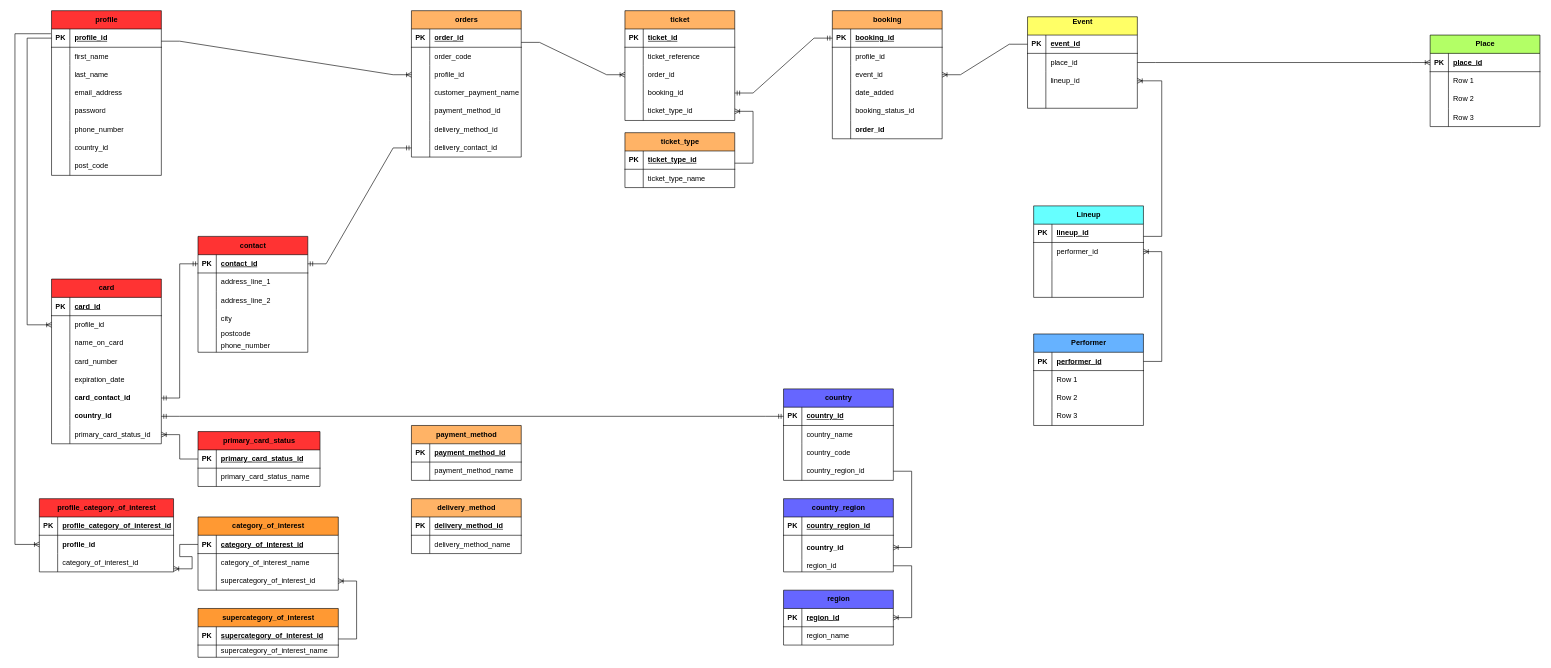
weirparty/drawings keeps this draw.io diagram as page "lower level" (3 of 3) of test.drawio. Above is the earlier version. Source tidied: cells renumbered, new cells numbered last; positions are measured from the earlier drawing's top-left corner, leaving out a move shared by most shapes. Both pictures are drawn from the tidied source at 61%, with x=0, y=0 at pixel (15, 10).
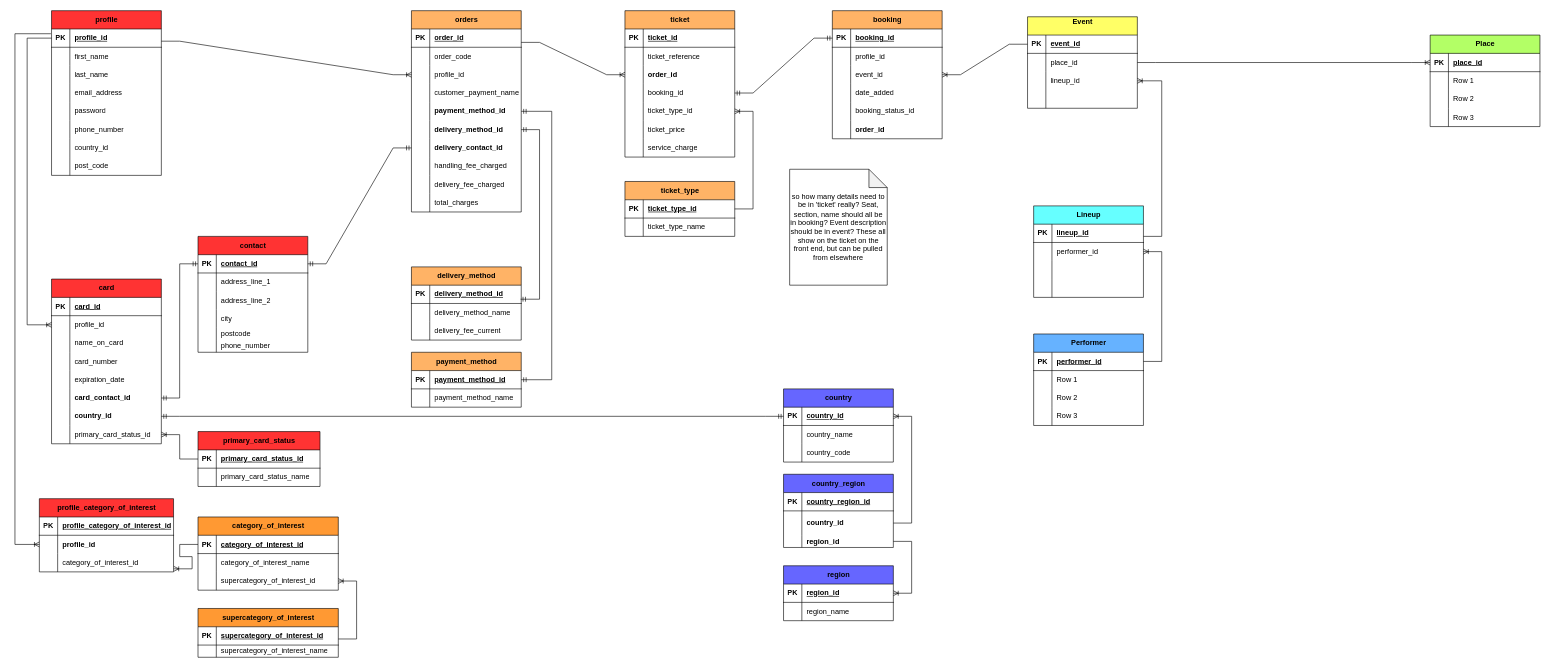
After the change.

The change refers to these unchanged cells:
```xml
<mxCell id="122" style="shape=tableRow;horizontal=0;startSize=0;swimlaneHead=0;swimlaneBody=0;fillColor=none;points=[[0,0.5],[1,0.5]];portConstraint=eastwest;top=0;left=0;right=0;bottom=1;" parent="121" vertex="1">
  <mxGeometry y="30" width="180" height="30" as="geometry" />
</mxCell>
<mxCell id="138" style="shape=tableRow;horizontal=0;startSize=0;swimlaneHead=0;swimlaneBody=0;fillColor=none;points=[[0,0.5],[1,0.5]];portConstraint=eastwest;top=0;left=0;right=0;bottom=0;" parent="134" vertex="1">
  <mxGeometry y="60" width="180" height="40" as="geometry" />
</mxCell>
<mxCell id="141" style="shape=tableRow;horizontal=0;startSize=0;swimlaneHead=0;swimlaneBody=0;fillColor=none;points=[[0,0.5],[1,0.5]];portConstraint=eastwest;top=0;left=0;right=0;bottom=0;" parent="134" vertex="1">
  <mxGeometry y="100" width="180" height="20" as="geometry" />
</mxCell>
<mxCell id="232" style="shape=tableRow;horizontal=0;startSize=0;swimlaneHead=0;swimlaneBody=0;fillColor=none;points=[[0,0.5],[1,0.5]];portConstraint=eastwest;top=0;left=0;right=0;bottom=0;" parent="219" vertex="1">
  <mxGeometry y="150" width="180" height="30" as="geometry" />
</mxCell>
<mxCell id="235" style="shape=tableRow;horizontal=0;startSize=0;swimlaneHead=0;swimlaneBody=0;fillColor=none;points=[[0,0.5],[1,0.5]];portConstraint=eastwest;top=0;left=0;right=0;bottom=0;" parent="219" vertex="1">
  <mxGeometry y="180" width="180" height="30" as="geometry" />
</mxCell>
<mxCell id="238" style="shape=tableRow;horizontal=0;startSize=0;swimlaneHead=0;swimlaneBody=0;fillColor=none;points=[[0,0.5],[1,0.5]];portConstraint=eastwest;top=0;left=0;right=0;bottom=0;" parent="219" vertex="1">
  <mxGeometry y="210" width="180" height="30" as="geometry" />
</mxCell>
<mxCell id="249" style="shape=tableRow;horizontal=0;startSize=0;swimlaneHead=0;swimlaneBody=0;fillColor=none;points=[[0,0.5],[1,0.5]];portConstraint=eastwest;top=0;left=0;right=0;bottom=0;" parent="242" vertex="1">
  <mxGeometry y="90" width="180" height="30" as="geometry" />
</mxCell>
<mxCell id="255" style="shape=tableRow;horizontal=0;startSize=0;swimlaneHead=0;swimlaneBody=0;fillColor=none;points=[[0,0.5],[1,0.5]];portConstraint=eastwest;top=0;left=0;right=0;bottom=0;" parent="242" vertex="1">
  <mxGeometry y="150" width="180" height="30" as="geometry" />
</mxCell>
<mxCell id="259" style="shape=tableRow;horizontal=0;startSize=0;swimlaneHead=0;swimlaneBody=0;fillColor=none;points=[[0,0.5],[1,0.5]];portConstraint=eastwest;top=0;left=0;right=0;bottom=1;" parent="258" vertex="1">
  <mxGeometry y="30" width="180" height="30" as="geometry" />
</mxCell>
<mxCell id="266" style="shape=tableRow;horizontal=0;startSize=0;swimlaneHead=0;swimlaneBody=0;fillColor=none;points=[[0,0.5],[1,0.5]];portConstraint=eastwest;top=0;left=0;right=0;bottom=1;" parent="265" vertex="1">
  <mxGeometry y="30" width="180" height="30" as="geometry" />
</mxCell>
<mxCell id="273" style="shape=tableRow;horizontal=0;startSize=0;swimlaneHead=0;swimlaneBody=0;fillColor=none;points=[[0,0.5],[1,0.5]];portConstraint=eastwest;top=0;left=0;right=0;bottom=1;" parent="272" vertex="1">
  <mxGeometry y="30" width="180" height="30" as="geometry" />
</mxCell>
```

The edit, as a diff of the source:
```diff
@@
     <mxCell id="121" value="country" style="shape=table;startSize=30;childLayout=tableLayout;rowLines=0;fontStyle=1;align=center;html=1;fillColor=#6666FF;" parent="1" vertex="1">
-      <mxGeometry x="1260" y="620" width="180" height="150" as="geometry" />
+      <mxGeometry x="1260" y="620" width="180" height="120" as="geometry" />
     </mxCell>
@@
-    <mxCell id="131" style="shape=tableRow;horizontal=0;startSize=0;swimlaneHead=0;swimlaneBody=0;fillColor=none;points=[[0,0.5],[1,0.5]];portConstraint=eastwest;top=0;left=0;right=0;bottom=0;" parent="121" vertex="1">
-      <mxGeometry y="120" width="180" height="30" as="geometry" />
-    </mxCell>
-    <mxCell id="132" style="shape=partialRectangle;fillColor=none;top=0;left=0;bottom=0;right=0;overflow=hidden;whiteSpace=wrap;html=1;" parent="131" vertex="1">
-      <mxGeometry width="30" height="30" as="geometry" />
-    </mxCell>
-    <mxCell id="133" value="country_region_id" style="shape=partialRectangle;fillColor=none;top=0;left=0;bottom=0;right=0;align=left;spacingLeft=6;overflow=hidden;whiteSpace=wrap;html=1;" parent="131" vertex="1">
-      <mxGeometry x="30" width="150" height="30" as="geometry" />
-    </mxCell>
     <mxCell id="134" value="country_region" style="shape=table;startSize=30;childLayout=tableLayout;rowLines=0;fontStyle=1;align=center;html=1;fillColor=#6666FF;" parent="1" vertex="1">
-      <mxGeometry x="1260" y="800" width="180" height="120" as="geometry" />
+      <mxGeometry x="1260" y="760" width="180" height="120" as="geometry" />
     </mxCell>
@@
-    <mxCell id="143" value="region_id" style="shape=partialRectangle;fillColor=none;top=0;left=0;bottom=0;right=0;align=left;spacingLeft=6;overflow=hidden;whiteSpace=wrap;html=1;" parent="141" vertex="1">
+    <mxCell id="143" value="region_id" style="shape=partialRectangle;fillColor=none;top=0;left=0;bottom=0;right=0;align=left;spacingLeft=6;overflow=hidden;whiteSpace=wrap;html=1;fontStyle=1;" parent="141" vertex="1">
       <mxGeometry x="30" width="150" height="20" as="geometry" />
     </mxCell>
     <mxCell id="144" value="region" style="shape=table;startSize=30;childLayout=tableLayout;rowLines=0;fontStyle=1;align=center;html=1;fillColor=#6666FF;" parent="1" vertex="1">
-      <mxGeometry x="1260" y="950" width="180" height="90" as="geometry" />
+      <mxGeometry x="1260" y="910" width="180" height="90" as="geometry" />
     </mxCell>
@@
-    <mxCell id="151" style="edgeStyle=entityRelationEdgeStyle;fontSize=12;html=1;endArrow=ERoneToMany;rounded=0;exitX=1;exitY=0.5;exitDx=0;exitDy=0;entryX=1;entryY=0.5;entryDx=0;entryDy=0;" parent="1" edge="1" source="131" target="138">
+    <mxCell id="151" style="edgeStyle=entityRelationEdgeStyle;fontSize=12;html=1;endArrow=ERoneToMany;rounded=0;exitX=1;exitY=0.5;exitDx=0;exitDy=0;entryX=1;entryY=0.5;entryDx=0;entryDy=0;" parent="1" edge="1" source="138" target="122">
       <mxGeometry relative="1" as="geometry" />
     </mxCell>
@@
     <mxCell id="219" value="orders" style="shape=table;startSize=30;childLayout=tableLayout;rowLines=0;fontStyle=1;align=center;html=1;fillColor=#FFB366;" parent="1" vertex="1">
-      <mxGeometry x="650" width="180" height="240" as="geometry" />
+      <mxGeometry x="650" width="180" height="330" as="geometry" />
     </mxCell>
@@
-    <mxCell id="234" value="payment_method_id" style="shape=partialRectangle;fillColor=none;top=0;left=0;bottom=0;right=0;align=left;spacingLeft=6;overflow=hidden;whiteSpace=wrap;html=1;" parent="232" vertex="1">
+    <mxCell id="234" value="&lt;b&gt;payment_method_id&lt;/b&gt;" style="shape=partialRectangle;fillColor=none;top=0;left=0;bottom=0;right=0;align=left;spacingLeft=6;overflow=hidden;whiteSpace=wrap;html=1;" parent="232" vertex="1">
       <mxGeometry x="30" width="150" height="30" as="geometry" />
     </mxCell>
@@
-    <mxCell id="237" value="delivery_method_id" style="shape=partialRectangle;fillColor=none;top=0;left=0;bottom=0;right=0;align=left;spacingLeft=6;overflow=hidden;whiteSpace=wrap;html=1;" parent="235" vertex="1">
+    <mxCell id="237" value="&lt;b&gt;delivery_method_id&lt;/b&gt;" style="shape=partialRectangle;fillColor=none;top=0;left=0;bottom=0;right=0;align=left;spacingLeft=6;overflow=hidden;whiteSpace=wrap;html=1;" parent="235" vertex="1">
       <mxGeometry x="30" width="150" height="30" as="geometry" />
     </mxCell>
@@
-    <mxCell id="240" value="delivery_contact_id" style="shape=partialRectangle;fillColor=none;top=0;left=0;bottom=0;right=0;align=left;spacingLeft=6;overflow=hidden;whiteSpace=wrap;html=1;" parent="238" vertex="1">
+    <mxCell id="240" value="&lt;b&gt;delivery_contact_id&lt;/b&gt;" style="shape=partialRectangle;fillColor=none;top=0;left=0;bottom=0;right=0;align=left;spacingLeft=6;overflow=hidden;whiteSpace=wrap;html=1;" parent="238" vertex="1">
       <mxGeometry x="30" width="150" height="30" as="geometry" />
     </mxCell>
+    <mxCell id="283" style="shape=tableRow;horizontal=0;startSize=0;swimlaneHead=0;swimlaneBody=0;fillColor=none;top=0;left=0;right=0;bottom=0;" parent="219" vertex="1">
+      <mxGeometry y="240" width="180" height="30" as="geometry" />
+    </mxCell>
+    <mxCell id="284" style="shape=partialRectangle;fillColor=none;top=0;left=0;bottom=0;right=0;overflow=hidden;whiteSpace=wrap;html=1;" parent="283" vertex="1">
+      <mxGeometry width="30" height="30" as="geometry" />
+    </mxCell>
+    <mxCell id="285" value="handling_fee_charged" style="shape=partialRectangle;fillColor=none;top=0;left=0;bottom=0;right=0;align=left;spacingLeft=6;overflow=hidden;whiteSpace=wrap;html=1;" parent="283" vertex="1">
+      <mxGeometry x="30" width="150" height="30" as="geometry" />
+    </mxCell>
+    <mxCell id="286" style="shape=tableRow;horizontal=0;startSize=0;swimlaneHead=0;swimlaneBody=0;fillColor=none;top=0;left=0;right=0;bottom=0;" parent="219" vertex="1">
+      <mxGeometry y="270" width="180" height="30" as="geometry" />
+    </mxCell>
+    <mxCell id="287" style="shape=partialRectangle;fillColor=none;top=0;left=0;bottom=0;right=0;overflow=hidden;whiteSpace=wrap;html=1;" parent="286" vertex="1">
+      <mxGeometry width="30" height="30" as="geometry" />
+    </mxCell>
+    <mxCell id="288" value="delivery_fee_charged" style="shape=partialRectangle;fillColor=none;top=0;left=0;bottom=0;right=0;align=left;spacingLeft=6;overflow=hidden;whiteSpace=wrap;html=1;" parent="286" vertex="1">
+      <mxGeometry x="30" width="150" height="30" as="geometry" />
+    </mxCell>
+    <mxCell id="289" style="shape=tableRow;horizontal=0;startSize=0;swimlaneHead=0;swimlaneBody=0;fillColor=none;top=0;left=0;right=0;bottom=0;" parent="219" vertex="1">
+      <mxGeometry y="300" width="180" height="30" as="geometry" />
+    </mxCell>
+    <mxCell id="290" style="shape=partialRectangle;fillColor=none;top=0;left=0;bottom=0;right=0;overflow=hidden;whiteSpace=wrap;html=1;" parent="289" vertex="1">
+      <mxGeometry width="30" height="30" as="geometry" />
+    </mxCell>
+    <mxCell id="291" value="total_charges" style="shape=partialRectangle;fillColor=none;top=0;left=0;bottom=0;right=0;align=left;spacingLeft=6;overflow=hidden;whiteSpace=wrap;html=1;" parent="289" vertex="1">
+      <mxGeometry x="30" width="150" height="30" as="geometry" />
+    </mxCell>
@@
     <mxCell id="242" value="ticket" style="shape=table;startSize=30;childLayout=tableLayout;rowLines=0;fontStyle=1;align=center;html=1;fillColor=#FFB366;" parent="1" vertex="1">
-      <mxGeometry x="1000" width="180" height="180" as="geometry" />
+      <mxGeometry x="1000" width="180" height="240" as="geometry" />
     </mxCell>
@@
-    <mxCell id="251" value="order_id" style="shape=partialRectangle;fillColor=none;top=0;left=0;bottom=0;right=0;align=left;spacingLeft=6;overflow=hidden;whiteSpace=wrap;html=1;" parent="249" vertex="1">
+    <mxCell id="251" value="&lt;b&gt;order_id&lt;/b&gt;" style="shape=partialRectangle;fillColor=none;top=0;left=0;bottom=0;right=0;align=left;spacingLeft=6;overflow=hidden;whiteSpace=wrap;html=1;" parent="249" vertex="1">
       <mxGeometry x="30" width="150" height="30" as="geometry" />
     </mxCell>
@@
+    <mxCell id="292" style="shape=tableRow;horizontal=0;startSize=0;swimlaneHead=0;swimlaneBody=0;fillColor=none;top=0;left=0;right=0;bottom=0;" parent="242" vertex="1">
+      <mxGeometry y="180" width="180" height="30" as="geometry" />
+    </mxCell>
+    <mxCell id="293" style="shape=partialRectangle;fillColor=none;top=0;left=0;bottom=0;right=0;overflow=hidden;whiteSpace=wrap;html=1;" parent="292" vertex="1">
+      <mxGeometry width="30" height="30" as="geometry" />
+    </mxCell>
+    <mxCell id="294" value="ticket_price" style="shape=partialRectangle;fillColor=none;top=0;left=0;bottom=0;right=0;align=left;spacingLeft=6;overflow=hidden;whiteSpace=wrap;html=1;" parent="292" vertex="1">
+      <mxGeometry x="30" width="150" height="30" as="geometry" />
+    </mxCell>
+    <mxCell id="295" style="shape=tableRow;horizontal=0;startSize=0;swimlaneHead=0;swimlaneBody=0;fillColor=none;top=0;left=0;right=0;bottom=0;" parent="242" vertex="1">
+      <mxGeometry y="210" width="180" height="30" as="geometry" />
+    </mxCell>
+    <mxCell id="296" style="shape=partialRectangle;fillColor=none;top=0;left=0;bottom=0;right=0;overflow=hidden;whiteSpace=wrap;html=1;" parent="295" vertex="1">
+      <mxGeometry width="30" height="30" as="geometry" />
+    </mxCell>
+    <mxCell id="297" value="service_charge" style="shape=partialRectangle;fillColor=none;top=0;left=0;bottom=0;right=0;align=left;spacingLeft=6;overflow=hidden;whiteSpace=wrap;html=1;" parent="295" vertex="1">
+      <mxGeometry x="30" width="150" height="30" as="geometry" />
+    </mxCell>
     <mxCell id="258" value="ticket_type" style="shape=table;startSize=30;childLayout=tableLayout;rowLines=0;fontStyle=1;align=center;html=1;fillColor=#FFB366;" parent="1" vertex="1">
-      <mxGeometry x="1000" y="200" width="180" height="90" as="geometry" />
+      <mxGeometry x="1000" y="280" width="180" height="90" as="geometry" />
     </mxCell>
@@
     <mxCell id="265" value="payment_method" style="shape=table;startSize=30;childLayout=tableLayout;rowLines=0;fontStyle=1;align=center;html=1;fillColor=#FFB366;" parent="1" vertex="1">
-      <mxGeometry x="650" y="680" width="180" height="90" as="geometry" />
+      <mxGeometry x="650" y="560" width="180" height="90" as="geometry" />
     </mxCell>
@@
     <mxCell id="272" value="delivery_method" style="shape=table;startSize=30;childLayout=tableLayout;rowLines=0;fontStyle=1;align=center;html=1;fillColor=#FFB366;" parent="1" vertex="1">
-      <mxGeometry x="650" y="800" width="180" height="90" as="geometry" />
+      <mxGeometry x="650" y="420" width="180" height="120" as="geometry" />
     </mxCell>
@@
+    <mxCell id="298" style="shape=tableRow;horizontal=0;startSize=0;swimlaneHead=0;swimlaneBody=0;fillColor=none;top=0;left=0;right=0;bottom=0;" parent="272" vertex="1">
+      <mxGeometry y="90" width="180" height="30" as="geometry" />
+    </mxCell>
+    <mxCell id="299" style="shape=partialRectangle;fillColor=none;top=0;left=0;bottom=0;right=0;overflow=hidden;whiteSpace=wrap;html=1;" parent="298" vertex="1">
+      <mxGeometry width="30" height="30" as="geometry" />
+    </mxCell>
+    <mxCell id="300" value="delivery_fee_current" style="shape=partialRectangle;fillColor=none;top=0;left=0;bottom=0;right=0;align=left;spacingLeft=6;overflow=hidden;whiteSpace=wrap;html=1;" parent="298" vertex="1">
+      <mxGeometry x="30" width="150" height="30" as="geometry" />
+    </mxCell>
@@
-    <mxCell id="282" style="edgeStyle=entityRelationEdgeStyle;fontSize=12;html=1;endArrow=ERoneToMany;rounded=0;entryX=1;entryY=0.5;entryDx=0;entryDy=0;" parent="1" edge="1" target="255">
-      <mxGeometry relative="1" as="geometry">
-        <mxPoint x="1180" y="250" as="sourcePoint" />
-      </mxGeometry>
+    <mxCell id="282" style="edgeStyle=entityRelationEdgeStyle;fontSize=12;html=1;endArrow=ERoneToMany;rounded=0;entryX=1;entryY=0.5;entryDx=0;entryDy=0;exitX=1;exitY=0.5;exitDx=0;exitDy=0;" parent="1" edge="1" source="259" target="255">
+      <mxGeometry relative="1" as="geometry" />
     </mxCell>
+    <mxCell id="301" value="so how many details need to be in 'ticket' really? Seat, section, name should all be in booking? Event description should be in event? These all show on the ticket on the front end, but can be pulled from elsewhere" style="shape=note;whiteSpace=wrap;html=1;backgroundOutline=1;darkOpacity=0.05;" parent="1" vertex="1">
+      <mxGeometry x="1270" y="260" width="160" height="190" as="geometry" />
+    </mxCell>
+    <mxCell id="302" style="edgeStyle=elbowEdgeStyle;fontSize=12;html=1;endArrow=ERmandOne;startArrow=ERmandOne;rounded=0;entryX=1;entryY=0.5;entryDx=0;entryDy=0;exitX=1;exitY=0.5;exitDx=0;exitDy=0;" parent="1" edge="1" source="266" target="232">
+      <mxGeometry relative="1" as="geometry">
+        <Array as="points">
+          <mxPoint x="880" y="340" />
+        </Array>
+      </mxGeometry>
+    </mxCell>
+    <mxCell id="303" style="edgeStyle=elbowEdgeStyle;fontSize=12;html=1;endArrow=ERmandOne;startArrow=ERmandOne;rounded=0;entryX=1;entryY=0.5;entryDx=0;entryDy=0;exitX=0.994;exitY=0.767;exitDx=0;exitDy=0;exitPerimeter=0;" parent="1" edge="1" source="273" target="235">
+      <mxGeometry relative="1" as="geometry">
+        <Array as="points">
+          <mxPoint x="860" y="270" />
+        </Array>
+      </mxGeometry>
+    </mxCell>
```
